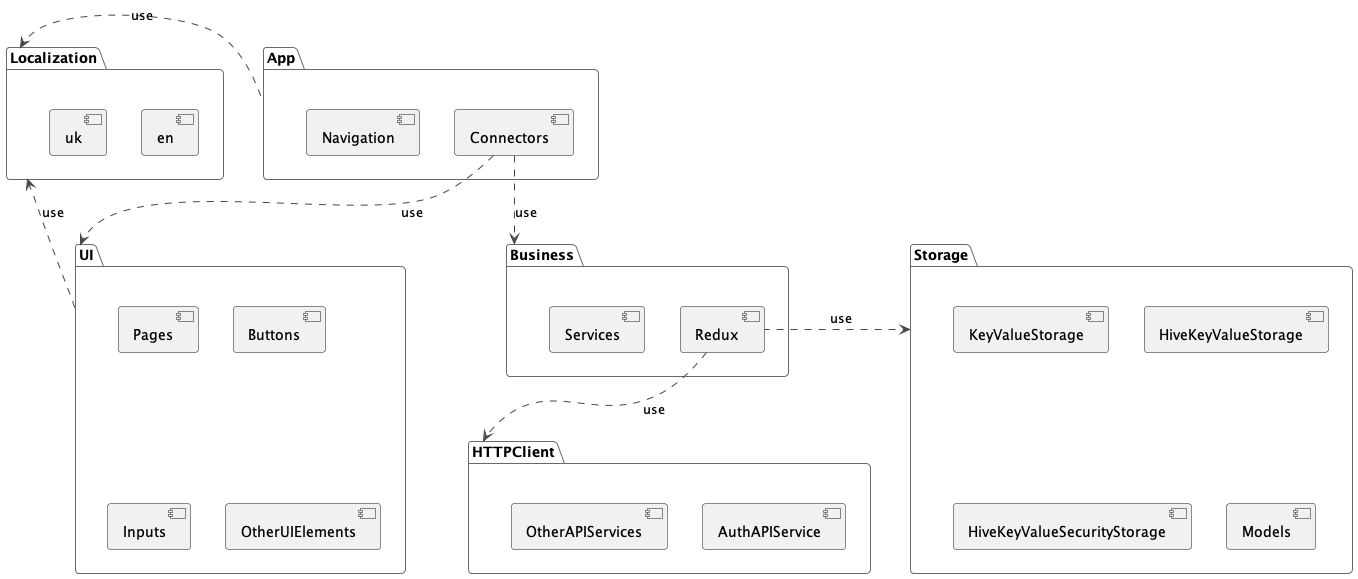
Before: doc/out/modules/modules.png, a diagram exported from PlantUML (pro100andrey/flutter_redux_templates).
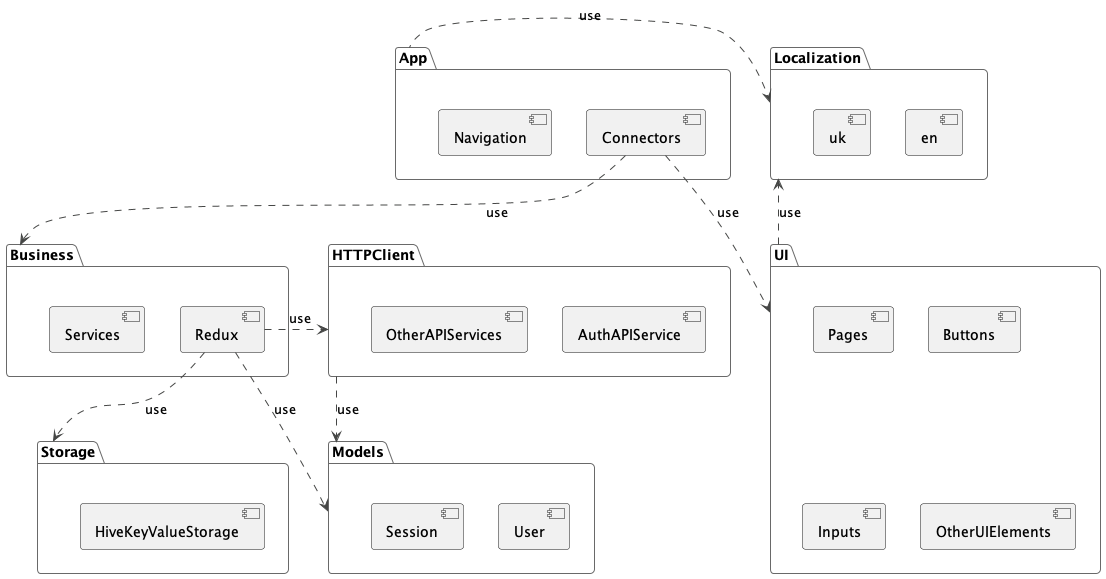
After the change.

Commit message:
updated models diagram

What changed in the source:
```diff
@@ -25,20 +25,24 @@
 package "HTTPClient" {
     [AuthAPIService]
     [OtherAPIServices]
+    HTTPClient ..> Models: use
 }
 
 package "Storage" {
-    [KeyValueStorage]
     [HiveKeyValueStorage]
-    [HiveKeyValueSecurityStorage]
-    [Models]
+}
+
+package "Models" {
+    [User]
+    [Session]
 }
 
 package "Business" {
     [Redux]
     [Services]
-    Redux .left.> Storage: use
-    Redux ..> HTTPClient: use
+    Redux ..> Storage: use
+    Redux .right.> HTTPClient: use
+    Redux .right.> Models: use
 }
 
 @enduml
```
